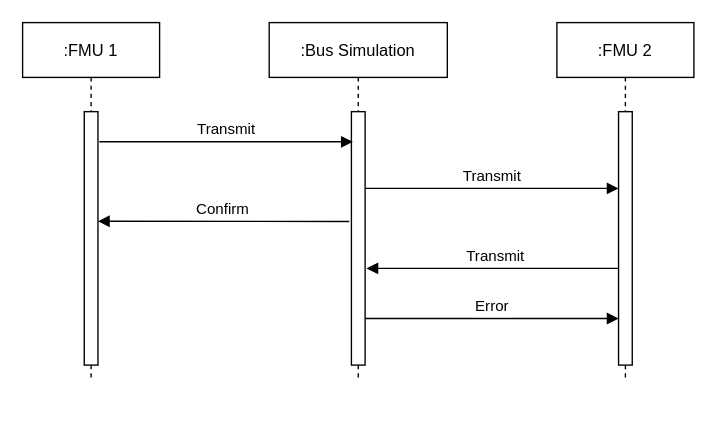
Above: docs/images/can_transmission_acknowledge.drawio in modelica/fmi-ls-bus (draw.io), before the change. Source tidied: cells renumbered, new cells numbered last; positions are measured from the earlier drawing's top-left corner, leaving out a move shared by most shapes. Both pictures are drawn from the tidied source at 137%, with x=0, y=0 at pixel (22, 22).
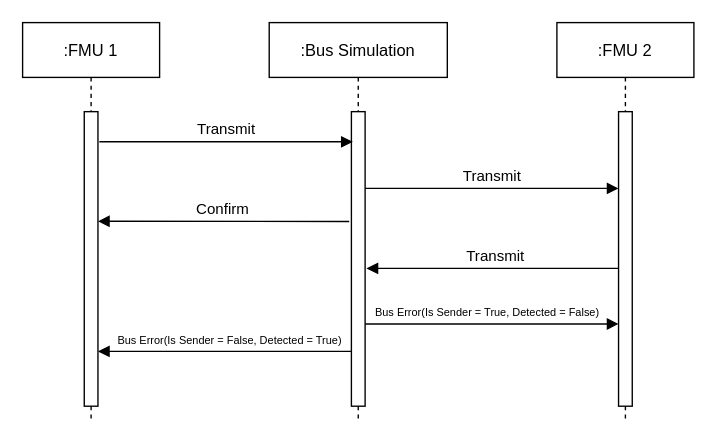
The same diagram, later.

Commit message (it also covers changes not shown here):
CAN Error Handling

The edit, as a diff of the source:
```diff
@@
 <mxGraphModel>
   <root>
     <mxCell id="0" />
     <mxCell id="1" parent="0" />
     <mxCell id="2" value=":FMU 1" style="shape=umlLifeline;perimeter=lifelinePerimeter;rounded=0;shadow=0;strokeWidth=1;" parent="1" vertex="1">
-      <mxGeometry width="100" height="260" as="geometry" />
+      <mxGeometry width="100" height="290" as="geometry" />
     </mxCell>
     <mxCell id="3" style="perimeter=orthogonalPerimeter;rounded=0;shadow=0;strokeWidth=1;" parent="2" vertex="1">
-      <mxGeometry x="45" y="65" width="10" height="185" as="geometry" />
+      <mxGeometry x="45" y="65" width="10" height="215" as="geometry" />
     </mxCell>
     <mxCell id="4" value=":Bus Simulation" style="shape=umlLifeline;perimeter=lifelinePerimeter;rounded=0;shadow=0;strokeWidth=1;" parent="1" vertex="1">
-      <mxGeometry x="180" width="130" height="260" as="geometry" />
+      <mxGeometry x="180" width="130" height="290" as="geometry" />
     </mxCell>
     <mxCell id="5" style="perimeter=orthogonalPerimeter;rounded=0;shadow=0;strokeWidth=1;" parent="4" vertex="1">
-      <mxGeometry x="60" y="65" width="10" height="185" as="geometry" />
+      <mxGeometry x="60" y="65" width="10" height="215" as="geometry" />
     </mxCell>
     <mxCell id="6" value="Transmit" style="verticalAlign=bottom;endArrow=block;entryX=0;entryY=0;shadow=0;strokeWidth=1;" parent="4" edge="1">
       <mxGeometry relative="1" as="geometry">
         <mxPoint x="70" y="121" as="sourcePoint" />
         <mxPoint x="255" y="121" as="targetPoint" />
       </mxGeometry>
     </mxCell>
     <mxCell id="7" value="Transmit" style="verticalAlign=bottom;endArrow=block;shadow=0;strokeWidth=1;" parent="4" edge="1">
       <mxGeometry relative="1" as="geometry">
         <mxPoint x="259.5" y="179.4" as="sourcePoint" />
         <mxPoint x="71" y="179.4" as="targetPoint" />
       </mxGeometry>
     </mxCell>
+    <mxCell id="12" value="Bus Error(Is Sender = True, Detected = False)" style="verticalAlign=bottom;endArrow=block;entryX=0;entryY=0;shadow=0;strokeWidth=1;fontSize=8;spacingLeft=-7;" parent="4" edge="1">
+      <mxGeometry relative="1" as="geometry">
+        <mxPoint x="70" y="220" as="sourcePoint" />
+        <mxPoint x="255" y="220" as="targetPoint" />
+      </mxGeometry>
+    </mxCell>
+    <mxCell id="13" value="Bus Error(Is Sender = False, Detected = True)" style="verticalAlign=bottom;endArrow=none;entryX=0;entryY=0;shadow=0;strokeWidth=1;fontSize=8;startArrow=block;startFill=1;endFill=0;spacingBottom=0;spacingLeft=7;" parent="4" edge="1">
+      <mxGeometry relative="1" as="geometry">
+        <mxPoint x="-125" y="240" as="sourcePoint" />
+        <mxPoint x="60" y="240" as="targetPoint" />
+      </mxGeometry>
+    </mxCell>
     <mxCell id="8" value=":FMU 2" style="shape=umlLifeline;perimeter=lifelinePerimeter;rounded=0;shadow=0;strokeWidth=1;" parent="1" vertex="1">
-      <mxGeometry x="390" width="100" height="260" as="geometry" />
+      <mxGeometry x="390" width="100" height="290" as="geometry" />
     </mxCell>
     <mxCell id="9" style="perimeter=orthogonalPerimeter;rounded=0;shadow=0;strokeWidth=1;" parent="8" vertex="1">
-      <mxGeometry x="45" y="65" width="10" height="185" as="geometry" />
+      <mxGeometry x="45" y="65" width="10" height="215" as="geometry" />
     </mxCell>
     <mxCell id="10" value="Transmit" style="verticalAlign=bottom;endArrow=block;entryX=0;entryY=0;shadow=0;strokeWidth=1;" parent="1" edge="1">
       <mxGeometry relative="1" as="geometry">
         <mxPoint x="56" y="87" as="sourcePoint" />
         <mxPoint x="241" y="87" as="targetPoint" />
       </mxGeometry>
     </mxCell>
     <mxCell id="11" value="Confirm" style="verticalAlign=bottom;endArrow=block;shadow=0;strokeWidth=1;exitX=-0.16;exitY=0.729;exitDx=0;exitDy=0;exitPerimeter=0;" parent="1" edge="1">
       <mxGeometry relative="1" as="geometry">
         <mxPoint x="238.4" y="145.2" as="sourcePoint" />
         <mxPoint x="55" y="145" as="targetPoint" />
       </mxGeometry>
     </mxCell>
-    <mxCell id="12" value="Error" style="verticalAlign=bottom;endArrow=block;entryX=0;entryY=0;shadow=0;strokeWidth=1;" parent="1" edge="1">
-      <mxGeometry relative="1" as="geometry">
-        <mxPoint x="250" y="216" as="sourcePoint" />
-        <mxPoint x="435" y="216" as="targetPoint" />
-      </mxGeometry>
-    </mxCell>
   </root>
 </mxGraphModel>
```
